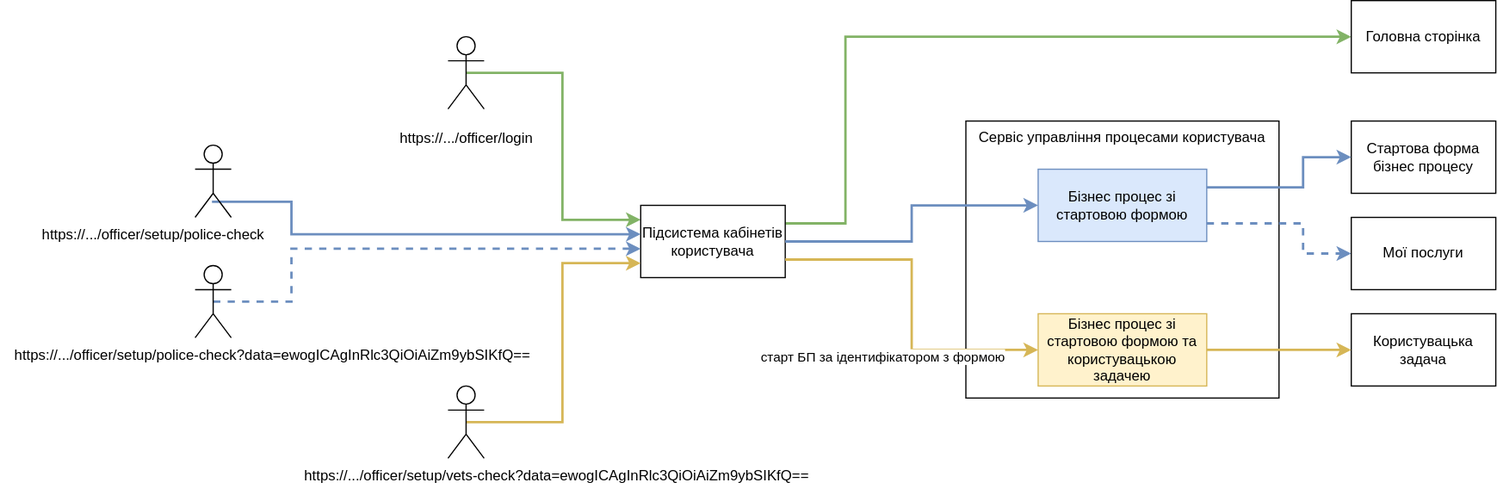
Before: docs/ua/modules/arch/images/architecture/registry/operational/portals/platform-evolution/bp-url-visual.svg, a diagram exported from draw.io (epam/edp-ddm-architecture). Source tidied: cells renumbered, new cells last; positions are measured from the earlier drawing's top-left corner, leaving out a move shared by most shapes. Source of this version:
```xml
<mxGraphModel>
  <root>
    <mxCell id="0" />
    <mxCell id="1" parent="0" />
    <mxCell id="2" style="edgeStyle=orthogonalEdgeStyle;rounded=0;jettySize=auto;html=1;exitX=0.5;exitY=0.5;exitDx=0;exitDy=0;exitPerimeter=0;fillColor=#d5e8d4;strokeColor=#82b366;strokeWidth=2;entryX=0;entryY=0.2;entryDx=0;entryDy=0;entryPerimeter=0;" parent="1" edge="1" source="3" target="5">
      <mxGeometry relative="1" as="geometry" />
    </mxCell>
    <mxCell id="3" style="shape=umlActor;verticalLabelPosition=bottom;verticalAlign=top;html=1;outlineConnect=0;" parent="1" vertex="1">
      <mxGeometry x="371" y="30" width="30" height="60" as="geometry" />
    </mxCell>
    <mxCell id="4" style="edgeStyle=orthogonalEdgeStyle;rounded=0;jettySize=auto;html=1;exitX=1;exitY=0.25;exitDx=0;exitDy=0;entryX=0;entryY=0.5;entryDx=0;entryDy=0;fillColor=#d5e8d4;strokeColor=#82b366;strokeWidth=2;" parent="1" edge="1" source="5" target="6">
      <mxGeometry relative="1" as="geometry">
        <Array as="points">
          <mxPoint x="701" y="185" />
          <mxPoint x="701" y="30" />
        </Array>
      </mxGeometry>
    </mxCell>
    <mxCell id="5" value="Підсистема кабінетів користувача" style="rounded=0;whiteSpace=wrap;html=1;points=[[0,0,0,0,0],[0,0.2,0,0,0],[0,0.4,0,0,0],[0,0.6,0,0,0],[0,0.8,0,0,0],[0,1,0,0,0],[0.25,0,0,0,0],[0.25,1,0,0,0],[0.5,0,0,0,0],[0.5,1,0,0,0],[0.75,0,0,0,0],[0.75,1,0,0,0],[1,0,0,0,0],[1,0.25,0,0,0],[1,0.5,0,0,0],[1,0.75,0,0,0],[1,1,0,0,0]];" parent="1" vertex="1">
      <mxGeometry x="531" y="170" width="120" height="60" as="geometry" />
    </mxCell>
    <mxCell id="6" value="Головна сторінка" style="rounded=0;whiteSpace=wrap;html=1;" parent="1" vertex="1">
      <mxGeometry x="1121" width="120" height="60" as="geometry" />
    </mxCell>
    <mxCell id="7" value="Стартова форма бізнес процесу" style="rounded=0;whiteSpace=wrap;html=1;" parent="1" vertex="1">
      <mxGeometry x="1121" y="100" width="120" height="60" as="geometry" />
    </mxCell>
    <mxCell id="8" value="Користувацька задача" style="rounded=0;whiteSpace=wrap;html=1;" parent="1" vertex="1">
      <mxGeometry x="1121" y="260" width="120" height="60" as="geometry" />
    </mxCell>
    <mxCell id="9" style="edgeStyle=orthogonalEdgeStyle;rounded=0;jettySize=auto;html=1;exitX=0.5;exitY=0.5;exitDx=0;exitDy=0;exitPerimeter=0;fillColor=#dae8fc;strokeColor=#6c8ebf;strokeWidth=2;entryX=0;entryY=0.4;entryDx=0;entryDy=0;entryPerimeter=0;" parent="1" edge="1" target="5">
      <mxGeometry relative="1" as="geometry">
        <mxPoint x="176" y="166" as="sourcePoint" />
        <Array as="points">
          <mxPoint x="176" y="167" />
          <mxPoint x="241" y="167" />
          <mxPoint x="241" y="194" />
        </Array>
      </mxGeometry>
    </mxCell>
    <mxCell id="10" style="shape=umlActor;verticalLabelPosition=bottom;verticalAlign=top;html=1;" parent="1" vertex="1">
      <mxGeometry x="161" y="120" width="30" height="60" as="geometry" />
    </mxCell>
    <mxCell id="11" style="edgeStyle=orthogonalEdgeStyle;rounded=0;jettySize=auto;html=1;exitX=0.5;exitY=0.5;exitDx=0;exitDy=0;exitPerimeter=0;fillColor=#fff2cc;strokeColor=#d6b656;strokeWidth=2;entryX=0;entryY=0.8;entryDx=0;entryDy=0;entryPerimeter=0;" parent="1" edge="1" source="12" target="5">
      <mxGeometry relative="1" as="geometry" />
    </mxCell>
    <mxCell id="12" style="shape=umlActor;verticalLabelPosition=bottom;verticalAlign=top;html=1;outlineConnect=0;" parent="1" vertex="1">
      <mxGeometry x="371" y="320" width="30" height="60" as="geometry" />
    </mxCell>
    <mxCell id="13" value="https://.../officer/setup/vets-check?data=ewogICAgInRlc3QiOiAiZm9ybSIKfQ==" style="text;html=1;align=center;verticalAlign=middle;strokeColor=none;fillColor=none;" parent="1" vertex="1">
      <mxGeometry x="241" y="380" width="440" height="30" as="geometry" />
    </mxCell>
    <mxCell id="14" value="https://.../officer/setup/police-check" style="text;html=1;align=center;verticalAlign=middle;strokeColor=none;fillColor=none;" parent="1" vertex="1">
      <mxGeometry x="21" y="180" width="210" height="30" as="geometry" />
    </mxCell>
    <mxCell id="15" value="https://.../officer/login" style="text;html=1;align=center;verticalAlign=middle;strokeColor=none;fillColor=none;" parent="1" vertex="1">
      <mxGeometry x="321" y="100" width="130" height="30" as="geometry" />
    </mxCell>
    <mxCell id="16" value="Сервіс управління процесами користувача" style="rounded=0;whiteSpace=wrap;html=1;horizontal=1;verticalAlign=top;" parent="1" vertex="1">
      <mxGeometry x="801" y="100" width="260" height="230" as="geometry" />
    </mxCell>
    <mxCell id="17" style="edgeStyle=orthogonalEdgeStyle;rounded=0;jettySize=auto;html=1;exitX=1;exitY=0.25;exitDx=0;exitDy=0;entryX=0;entryY=0.5;entryDx=0;entryDy=0;fillColor=#dae8fc;strokeColor=#6c8ebf;strokeWidth=2;" parent="1" edge="1" source="19" target="7">
      <mxGeometry relative="1" as="geometry">
        <Array as="points">
          <mxPoint x="1081" y="155" />
          <mxPoint x="1081" y="130" />
        </Array>
      </mxGeometry>
    </mxCell>
    <mxCell id="18" style="edgeStyle=orthogonalEdgeStyle;rounded=0;jettySize=auto;html=1;exitX=1;exitY=0.75;exitDx=0;exitDy=0;entryX=0;entryY=0.5;entryDx=0;entryDy=0;fillColor=#dae8fc;strokeColor=#6c8ebf;strokeWidth=2;dashed=1;" parent="1" edge="1" source="19" target="28">
      <mxGeometry relative="1" as="geometry">
        <Array as="points">
          <mxPoint x="1081" y="185" />
          <mxPoint x="1081" y="210" />
        </Array>
      </mxGeometry>
    </mxCell>
    <mxCell id="19" value="Бізнес процес зі стартовою формою" style="rounded=0;whiteSpace=wrap;html=1;fillColor=#dae8fc;strokeColor=#6c8ebf;" parent="1" vertex="1">
      <mxGeometry x="861" y="140" width="140" height="60" as="geometry" />
    </mxCell>
    <mxCell id="20" style="edgeStyle=orthogonalEdgeStyle;rounded=0;jettySize=auto;html=1;exitX=1;exitY=0.5;exitDx=0;exitDy=0;fillColor=#fff2cc;strokeColor=#d6b656;strokeWidth=2;" parent="1" edge="1" source="21" target="8">
      <mxGeometry relative="1" as="geometry" />
    </mxCell>
    <mxCell id="21" value="Бізнес процес зі стартовою формою та користувацькою задачею" style="rounded=0;whiteSpace=wrap;html=1;fillColor=#fff2cc;strokeColor=#d6b656;" parent="1" vertex="1">
      <mxGeometry x="861" y="260" width="140" height="60" as="geometry" />
    </mxCell>
    <mxCell id="22" style="edgeStyle=orthogonalEdgeStyle;rounded=0;jettySize=auto;html=1;exitX=1;exitY=0.75;exitDx=0;exitDy=0;entryX=0;entryY=0.5;entryDx=0;entryDy=0;fillColor=#fff2cc;strokeColor=#d6b656;strokeWidth=2;" parent="1" edge="1" source="5" target="21">
      <mxGeometry relative="1" as="geometry" />
    </mxCell>
    <mxCell id="23" style="edgeStyle=orthogonalEdgeStyle;rounded=0;jettySize=auto;html=1;exitX=1;exitY=0.5;exitDx=0;exitDy=0;entryX=0;entryY=0.5;entryDx=0;entryDy=0;fillColor=#dae8fc;strokeColor=#6c8ebf;strokeWidth=2;" parent="1" edge="1" source="5" target="19">
      <mxGeometry relative="1" as="geometry" />
    </mxCell>
    <mxCell id="24" value="старт БП за ідентифікатором з формою" style="edgeLabel;html=1;align=center;verticalAlign=middle;" parent="23" vertex="1">
      <mxGeometry x="0.05" y="-4" relative="1" as="geometry">
        <mxPoint x="-29" y="116" as="offset" />
      </mxGeometry>
    </mxCell>
    <mxCell id="25" style="edgeStyle=orthogonalEdgeStyle;rounded=0;jettySize=auto;html=1;exitX=0.5;exitY=0.5;exitDx=0;exitDy=0;exitPerimeter=0;entryX=0;entryY=0.6;entryDx=0;entryDy=0;entryPerimeter=0;fillColor=#dae8fc;strokeColor=#6c8ebf;strokeWidth=2;dashed=1;" parent="1" edge="1" source="26" target="5">
      <mxGeometry relative="1" as="geometry">
        <Array as="points">
          <mxPoint x="241" y="250" />
          <mxPoint x="241" y="206" />
        </Array>
      </mxGeometry>
    </mxCell>
    <mxCell id="26" style="shape=umlActor;verticalLabelPosition=bottom;verticalAlign=top;html=1;outlineConnect=0;" parent="1" vertex="1">
      <mxGeometry x="161" y="220" width="30" height="60" as="geometry" />
    </mxCell>
    <mxCell id="27" value="https://.../officer/setup/police-check?data=ewogICAgInRlc3QiOiAiZm9ybSIKfQ==" style="text;html=1;align=center;verticalAlign=middle;strokeColor=none;fillColor=none;" parent="1" vertex="1">
      <mxGeometry y="280" width="450" height="30" as="geometry" />
    </mxCell>
    <mxCell id="28" value="Мої послуги" style="rounded=0;whiteSpace=wrap;html=1;" parent="1" vertex="1">
      <mxGeometry x="1121" y="180" width="120" height="60" as="geometry" />
    </mxCell>
  </root>
</mxGraphModel>
```
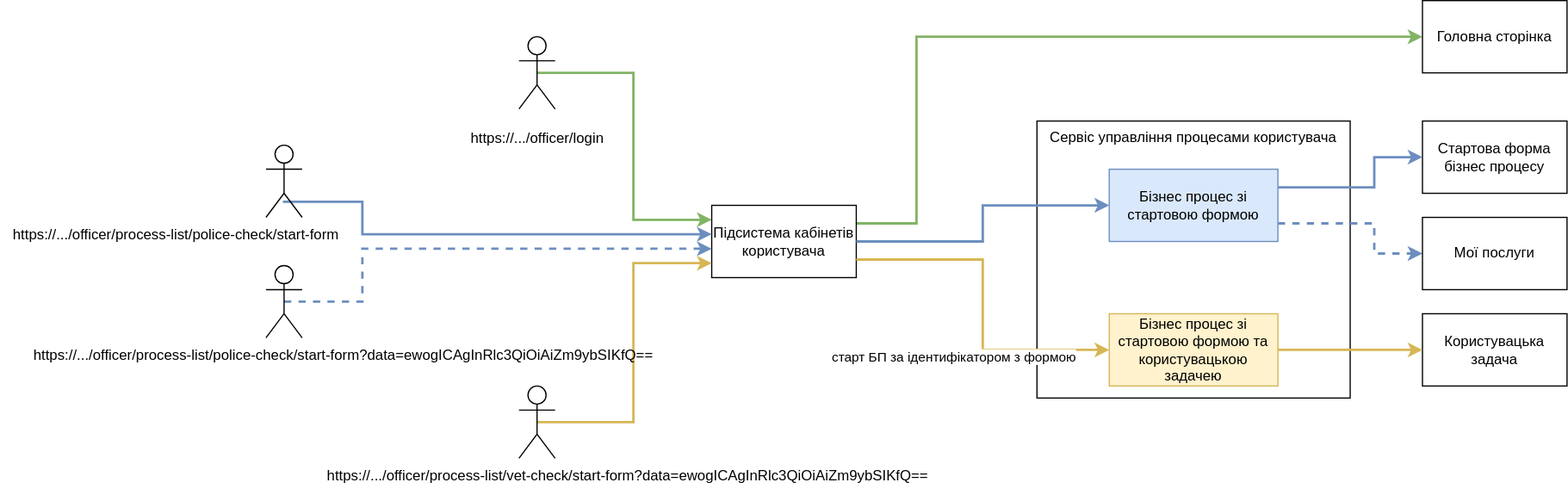
The same diagram one commit later.

Commit message:
[EDP-DDM-26304] Audit events description for registry-management added

Diff of the diagram source:
```diff
@@ -47,11 +47,11 @@
     <mxCell id="12" style="shape=umlActor;verticalLabelPosition=bottom;verticalAlign=top;html=1;outlineConnect=0;" parent="1" vertex="1">
       <mxGeometry x="371" y="320" width="30" height="60" as="geometry" />
     </mxCell>
-    <mxCell id="13" value="https://.../officer/setup/vets-check?data=ewogICAgInRlc3QiOiAiZm9ybSIKfQ==" style="text;html=1;align=center;verticalAlign=middle;strokeColor=none;fillColor=none;" parent="1" vertex="1">
-      <mxGeometry x="241" y="380" width="440" height="30" as="geometry" />
+    <mxCell id="13" value="https://.../officer/process-list/vet-check/start-form?data=ewogICAgInRlc3QiOiAiZm9ybSIKfQ==" style="text;html=1;align=center;verticalAlign=middle;strokeColor=none;fillColor=none;" parent="1" vertex="1">
+      <mxGeometry x="201" y="380" width="520" height="30" as="geometry" />
     </mxCell>
-    <mxCell id="14" value="https://.../officer/setup/police-check" style="text;html=1;align=center;verticalAlign=middle;strokeColor=none;fillColor=none;" parent="1" vertex="1">
-      <mxGeometry x="21" y="180" width="210" height="30" as="geometry" />
+    <mxCell id="14" value="https://.../officer/process-list/police-check/start-form" style="text;html=1;align=center;verticalAlign=middle;strokeColor=none;fillColor=none;" parent="1" vertex="1">
+      <mxGeometry x="-59" y="180" width="290" height="30" as="geometry" />
     </mxCell>
     <mxCell id="15" value="https://.../officer/login" style="text;html=1;align=center;verticalAlign=middle;strokeColor=none;fillColor=none;" parent="1" vertex="1">
       <mxGeometry x="321" y="100" width="130" height="30" as="geometry" />
@@ -106,8 +106,8 @@
     <mxCell id="26" style="shape=umlActor;verticalLabelPosition=bottom;verticalAlign=top;html=1;outlineConnect=0;" parent="1" vertex="1">
       <mxGeometry x="161" y="220" width="30" height="60" as="geometry" />
     </mxCell>
-    <mxCell id="27" value="https://.../officer/setup/police-check?data=ewogICAgInRlc3QiOiAiZm9ybSIKfQ==" style="text;html=1;align=center;verticalAlign=middle;strokeColor=none;fillColor=none;" parent="1" vertex="1">
-      <mxGeometry y="280" width="450" height="30" as="geometry" />
+    <mxCell id="27" value="https://.../officer/process-list/police-check/start-form?data=ewogICAgInRlc3QiOiAiZm9ybSIKfQ==" style="text;html=1;align=center;verticalAlign=middle;strokeColor=none;fillColor=none;" parent="1" vertex="1">
+      <mxGeometry x="-45" y="280" width="540" height="30" as="geometry" />
     </mxCell>
     <mxCell id="28" value="Мої послуги" style="rounded=0;whiteSpace=wrap;html=1;" parent="1" vertex="1">
       <mxGeometry x="1121" y="180" width="120" height="60" as="geometry" />
```
